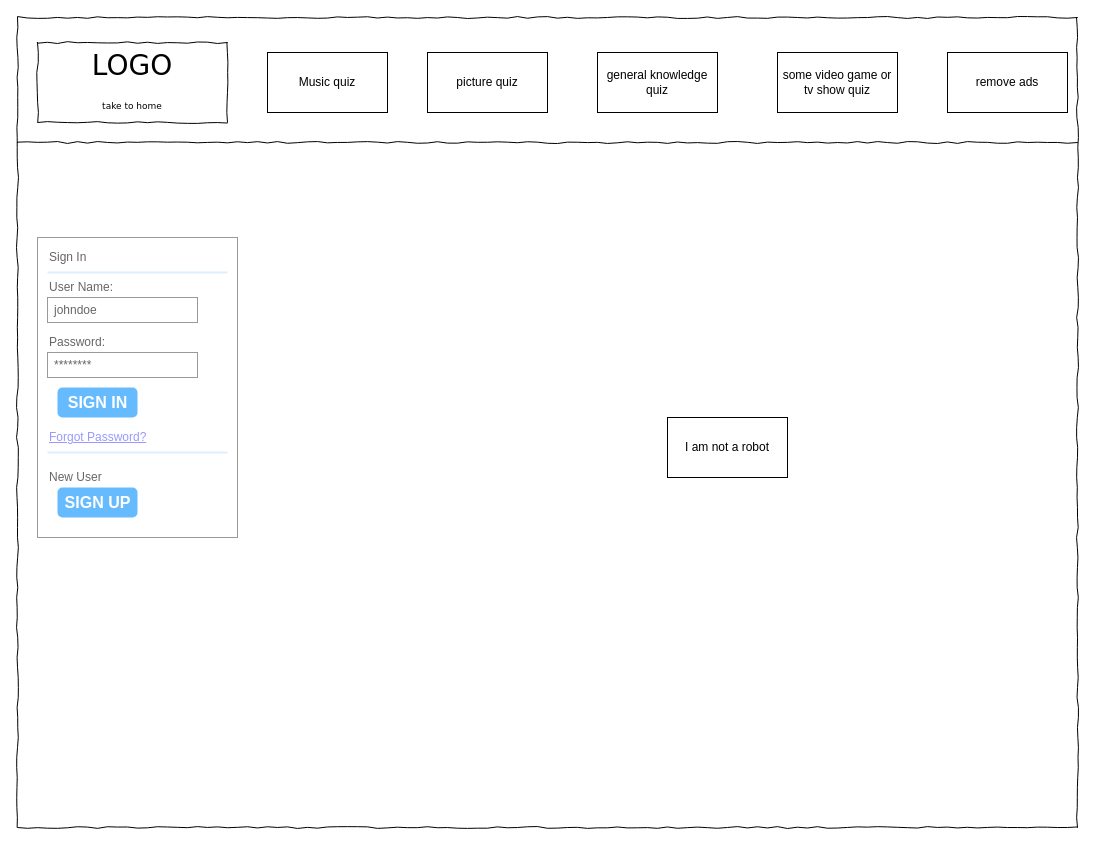
Before: page "remove ads" (2 of 2) of web dev/assignment/documentation/plan_v1.drawio in william-Cross12/University-folder, a draw.io diagram. Source tidied: cells renumbered, new cells numbered last; positions are measured from the earlier drawing's top-left corner, leaving out a move shared by most shapes. Both pictures are drawn from the tidied source at 100%, with x=0, y=0 at pixel (17, 17).
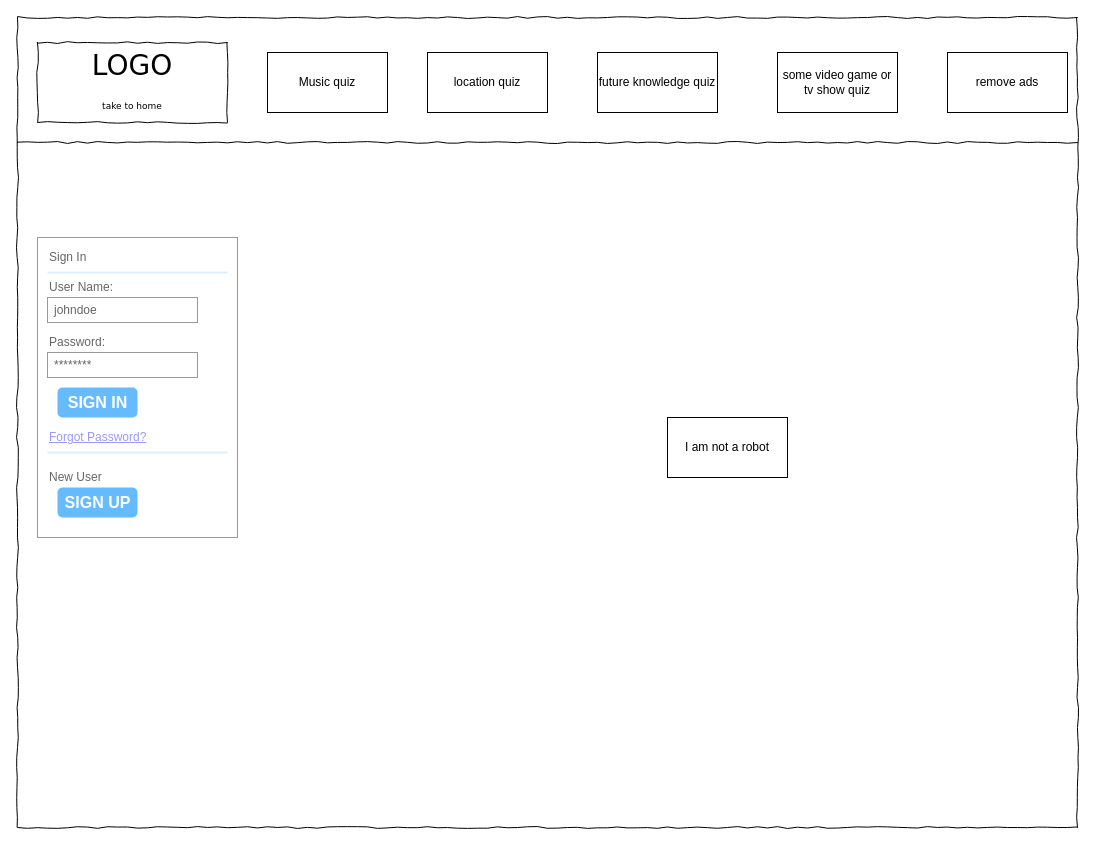
The same diagram, later.

The edit, as a diff of the source:
```diff
@@
-    <mxCell id="6" value="picture quiz" style="rounded=0;whiteSpace=wrap;html=1;" parent="1" vertex="1">
+    <mxCell id="6" value="location quiz" style="rounded=0;whiteSpace=wrap;html=1;" parent="1" vertex="1">
       <mxGeometry x="410" y="35" width="120" height="60" as="geometry" />
     </mxCell>
@@
-    <mxCell id="8" value="general knowledge quiz" style="rounded=0;whiteSpace=wrap;html=1;" parent="1" vertex="1">
+    <mxCell id="8" value="future knowledge quiz" style="rounded=0;whiteSpace=wrap;html=1;" parent="1" vertex="1">
       <mxGeometry x="580" y="35" width="120" height="60" as="geometry" />
     </mxCell>
```
